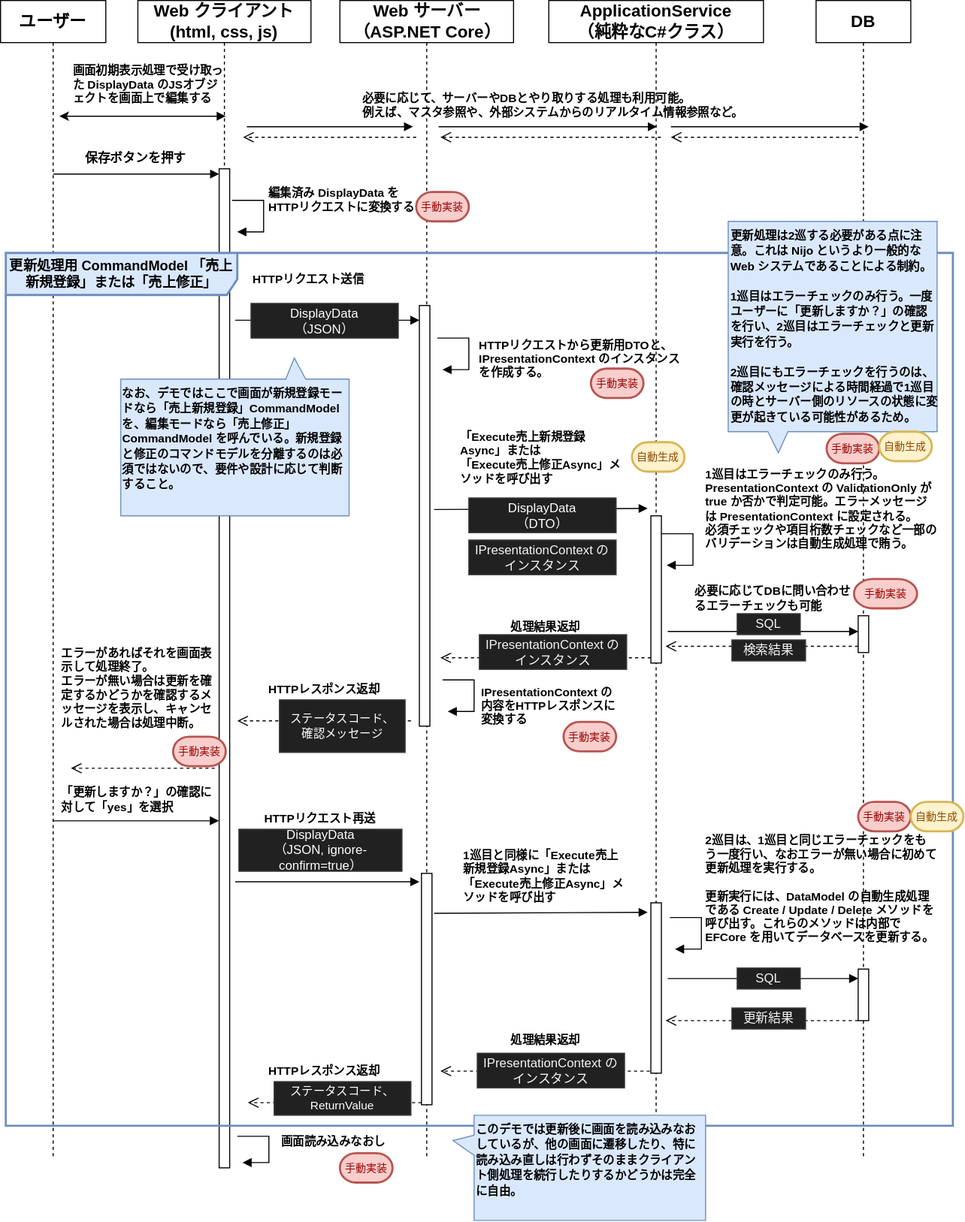
Above: Document/static/img/architecture-runtime-sequence-2.drawio.svg in halllky/NijoAppScaffold (draw.io), before the change. Source tidied: cells renumbered, new cells last; positions are measured from the earlier drawing's top-left corner, leaving out a move shared by most shapes.
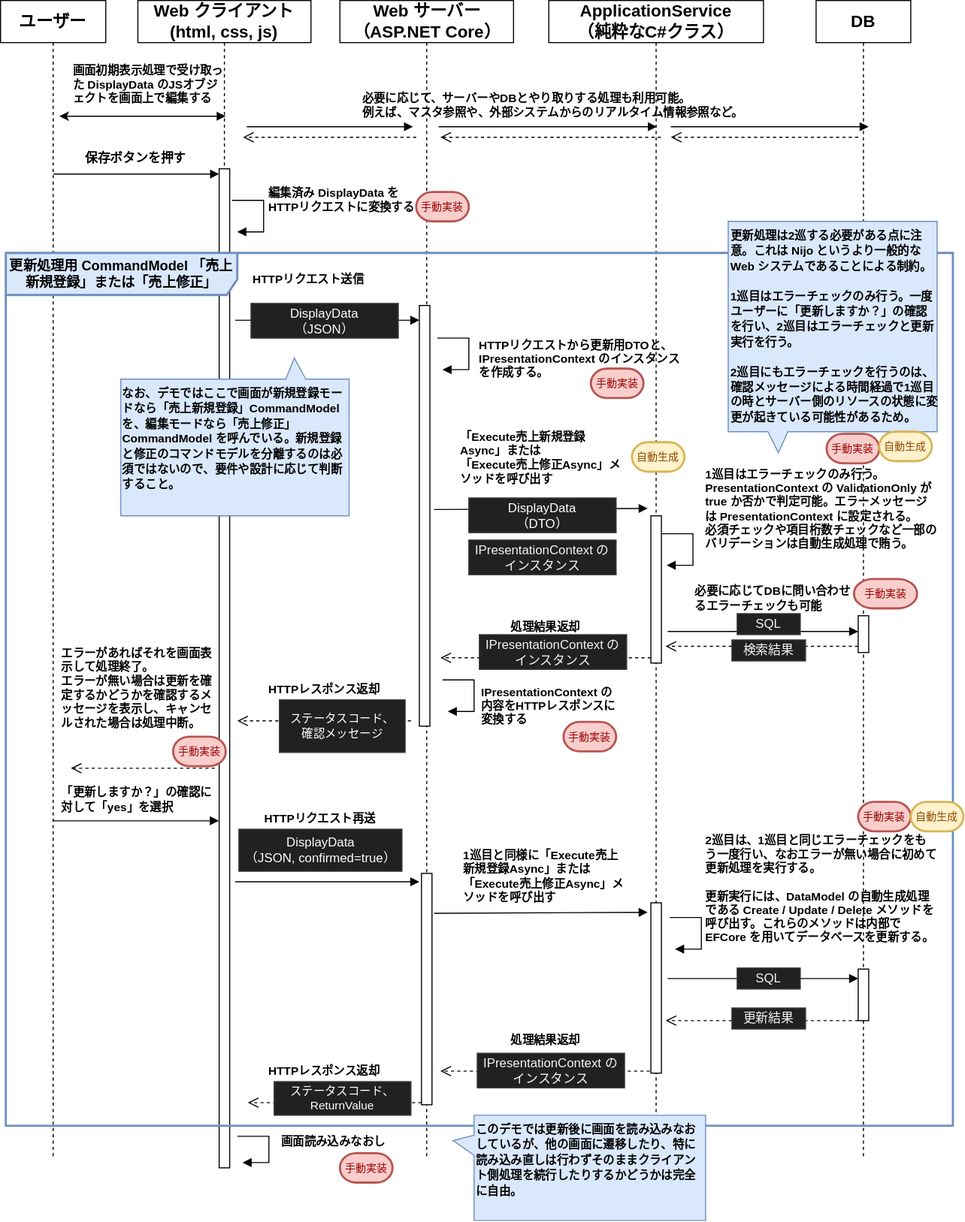
The same diagram one commit later.

Commit message:
確認メッセージのクエリパラメータ ignore-confirm を confirmed に改める

Diff of the diagram source:
```diff
@@ -274,7 +274,7 @@
         </Array>
       </mxGeometry>
     </mxCell>
-    <mxCell id="67" value="&lt;font color=&quot;#ffffff&quot;&gt;DisplayData&lt;/font&gt;&lt;div&gt;&lt;font color=&quot;#ffffff&quot;&gt;（JSON, ignore-confirm=true）&lt;/font&gt;&lt;/div&gt;" style="rounded=0;whiteSpace=wrap;html=1;fillColor=light-dark(#212121, #202020);strokeColor=#36393d;fontColor=#F5F5F5;" parent="1" vertex="1">
+    <mxCell id="67" value="&lt;font color=&quot;#ffffff&quot;&gt;DisplayData&lt;/font&gt;&lt;div&gt;&lt;font color=&quot;#ffffff&quot;&gt;（JSON, confirmed=true）&lt;/font&gt;&lt;/div&gt;" style="rounded=0;whiteSpace=wrap;html=1;fillColor=light-dark(#212121, #202020);strokeColor=#36393d;fontColor=#F5F5F5;" parent="1" vertex="1">
       <mxGeometry x="226.5" y="788" width="155" height="40" as="geometry" />
     </mxCell>
     <mxCell id="68" value="&lt;div&gt;&lt;br&gt;&lt;/div&gt;" style="html=1;verticalAlign=bottom;endArrow=block;curved=0;rounded=0;entryX=0;entryY=0;entryDx=0;entryDy=5;fontSize=14;" parent="1" edge="1">
```
